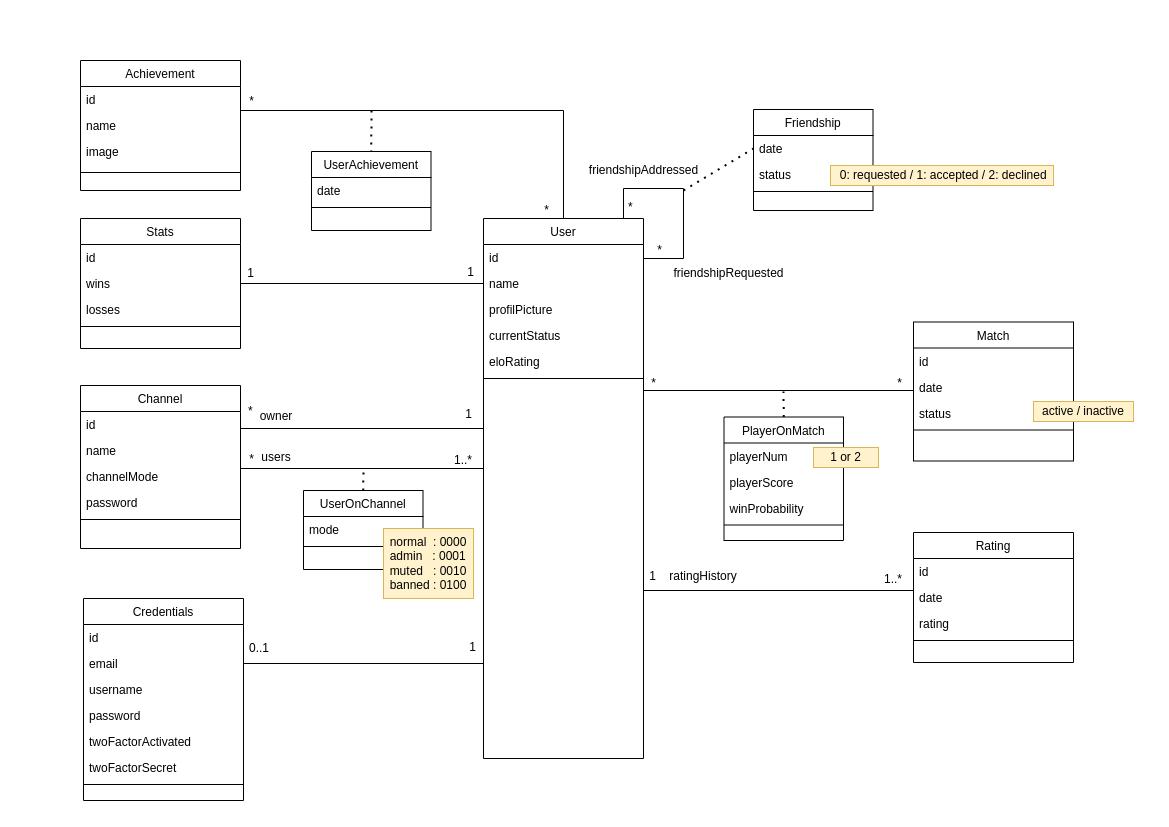
Before: doc/datamodel.png, a diagram exported from draw.io (transcendence-42/ft_transcendence). Source tidied: cells renumbered, new cells last; positions are measured from the earlier drawing's top-left corner, leaving out a move shared by most shapes.
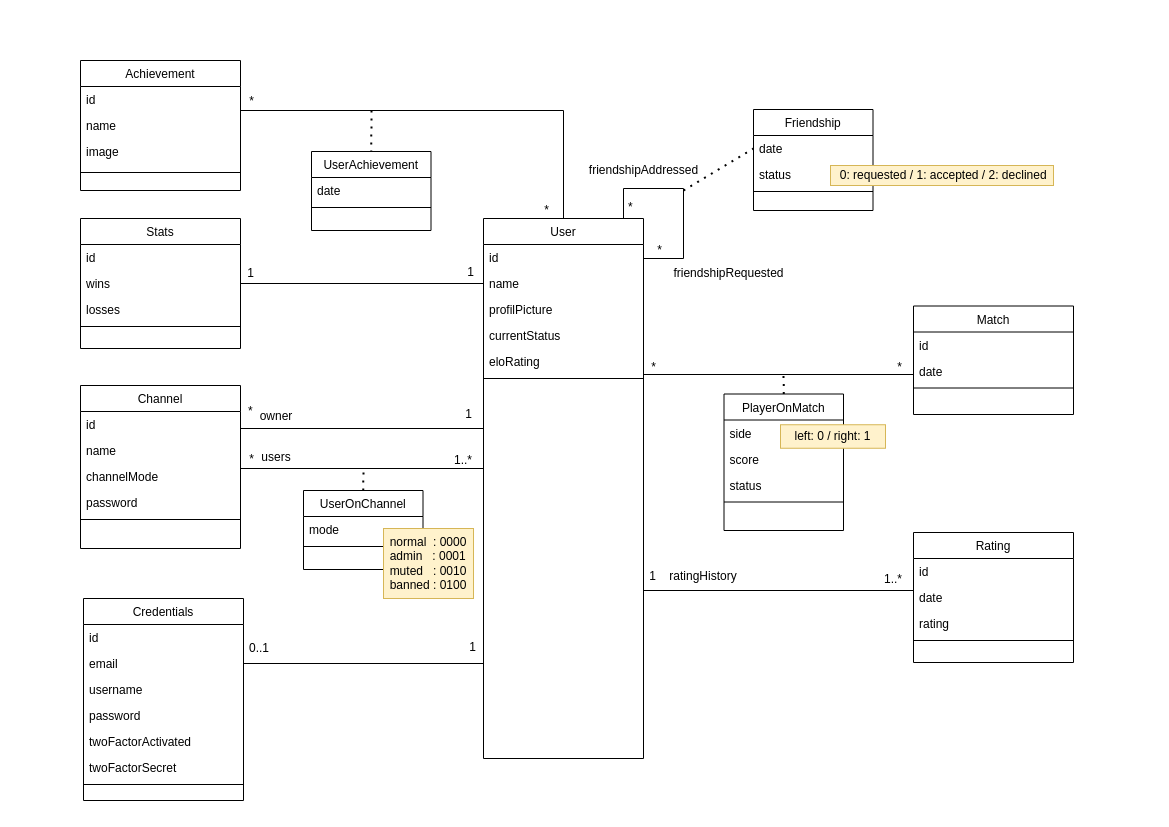
Above is the later version.

What changed in the source:
```diff
@@ -208,7 +208,7 @@
       </mxGeometry>
     </mxCell>
     <mxCell id="57" value="Match" style="swimlane;fontStyle=0;align=center;verticalAlign=top;horizontal=1;startSize=26;rounded=0;shadow=0;strokeWidth=1;" parent="1" vertex="1">
-      <mxGeometry x="833" y="261.5" width="160" height="139" as="geometry" />
+      <mxGeometry x="833" y="245.5" width="160" height="108.5" as="geometry" />
     </mxCell>
     <mxCell id="58" value="id" style="text;align=left;verticalAlign=top;spacingLeft=4;spacingRight=4;overflow=hidden;" parent="57" vertex="1">
       <mxGeometry y="26" width="160" height="26" as="geometry" />
@@ -216,48 +216,46 @@
     <mxCell id="59" value="date" style="text;align=left;verticalAlign=top;spacingLeft=4;spacingRight=4;overflow=hidden;" parent="57" vertex="1">
       <mxGeometry y="52" width="160" height="26" as="geometry" />
     </mxCell>
-    <mxCell id="60" value="status" style="text;align=left;verticalAlign=top;spacingLeft=4;spacingRight=4;overflow=hidden;" parent="57" vertex="1">
-      <mxGeometry y="78" width="160" height="26" as="geometry" />
-    </mxCell>
     <mxCell id="61" style="line;html=1;strokeWidth=1;align=left;verticalAlign=middle;spacingTop=-1;spacingLeft=3;spacingRight=3;labelPosition=right;" parent="57" vertex="1">
-      <mxGeometry y="104" width="160" height="8" as="geometry" />
+      <mxGeometry y="78" width="160" height="8" as="geometry" />
     </mxCell>
-    <mxCell id="62" style="endArrow=none;html=1;rounded=0;strokeColor=#000000;fillColor=#FF9999;entryX=0;entryY=0.5;entryDx=0;entryDy=0;edgeStyle=orthogonalEdgeStyle;exitX=1;exitY=0.5;exitDx=0;exitDy=0;" parent="1" edge="1" source="2">
+    <mxCell id="62" style="endArrow=none;html=1;rounded=0;strokeColor=#000000;fillColor=#FF9999;entryX=0;entryY=0.5;entryDx=0;entryDy=0;edgeStyle=orthogonalEdgeStyle;exitX=1;exitY=0.5;exitDx=0;exitDy=0;" parent="1" edge="1">
       <mxGeometry relative="1" as="geometry">
-        <mxPoint x="833" y="330" as="targetPoint" />
+        <mxPoint x="563" y="412" as="sourcePoint" />
+        <mxPoint x="833" y="314" as="targetPoint" />
         <Array as="points">
-          <mxPoint x="563" y="330" />
+          <mxPoint x="563" y="314" />
         </Array>
       </mxGeometry>
     </mxCell>
     <mxCell id="63" value="*" style="align=right;verticalAlign=bottom;labelBackgroundColor=none;fontSize=12;" parent="1" vertex="1">
-      <mxGeometry x="823" y="331" as="geometry" />
+      <mxGeometry x="823" y="315" as="geometry" />
     </mxCell>
     <mxCell id="64" value="*" style="align=right;verticalAlign=bottom;labelBackgroundColor=none;fontSize=12;" parent="1" vertex="1">
-      <mxGeometry x="577" y="331" as="geometry" />
+      <mxGeometry x="577" y="315" as="geometry" />
     </mxCell>
     <mxCell id="65" style="endArrow=none;dashed=1;html=1;dashPattern=1 3;strokeWidth=2;rounded=0;fillColor=#FF9999;exitX=0.5;exitY=0;exitDx=0;exitDy=0;" parent="1" edge="1" source="66">
       <mxGeometry relative="1" as="geometry">
-        <mxPoint x="703" y="331" as="targetPoint" />
+        <mxPoint x="703" y="310" as="targetPoint" />
       </mxGeometry>
     </mxCell>
     <mxCell id="66" value="PlayerOnMatch" style="swimlane;fontStyle=0;align=center;verticalAlign=top;horizontal=1;startSize=26;rounded=0;shadow=0;strokeWidth=1;" parent="1" vertex="1">
-      <mxGeometry x="643.5" y="356.5" width="119.5" height="123.5" as="geometry" />
+      <mxGeometry x="643.5" y="333.5" width="119.5" height="136.5" as="geometry" />
     </mxCell>
-    <mxCell id="67" value="playerNum" style="text;align=left;verticalAlign=top;spacingLeft=4;spacingRight=4;overflow=hidden;" parent="66" vertex="1">
+    <mxCell id="67" value="side" style="text;align=left;verticalAlign=top;spacingLeft=4;spacingRight=4;overflow=hidden;" parent="66" vertex="1">
       <mxGeometry y="26" width="119.5" height="26" as="geometry" />
     </mxCell>
-    <mxCell id="68" value="playerScore" style="text;align=left;verticalAlign=top;spacingLeft=4;spacingRight=4;overflow=hidden;rounded=0;shadow=0;html=0;" parent="66" vertex="1">
+    <mxCell id="68" value="score" style="text;align=left;verticalAlign=top;spacingLeft=4;spacingRight=4;overflow=hidden;rounded=0;shadow=0;html=0;" parent="66" vertex="1">
       <mxGeometry y="52" width="119.5" height="26" as="geometry" />
     </mxCell>
-    <mxCell id="69" value="winProbability" style="text;align=left;verticalAlign=top;spacingLeft=4;spacingRight=4;overflow=hidden;rounded=0;shadow=0;html=0;" parent="66" vertex="1">
+    <mxCell id="69" value="status" style="text;align=left;verticalAlign=top;spacingLeft=4;spacingRight=4;overflow=hidden;rounded=0;shadow=0;html=0;" parent="66" vertex="1">
       <mxGeometry y="78" width="119.5" height="26" as="geometry" />
     </mxCell>
     <mxCell id="70" style="line;html=1;strokeWidth=1;align=left;verticalAlign=middle;spacingTop=-1;spacingLeft=3;spacingRight=3;labelPosition=right;" parent="66" vertex="1">
       <mxGeometry y="104" width="119.5" height="8" as="geometry" />
     </mxCell>
-    <mxCell id="71" value="&lt;div style=&quot;text-align: left;&quot;&gt;&lt;span style=&quot;background-color: initial;&quot;&gt;1 or 2&lt;br&gt;&lt;/span&gt;&lt;/div&gt;" style="text;html=1;strokeColor=#d6b656;fillColor=#fff2cc;align=center;verticalAlign=middle;whiteSpace=wrap;rounded=0;" parent="1" vertex="1">
-      <mxGeometry x="733" y="387" width="65" height="20" as="geometry" />
+    <mxCell id="71" value="&lt;div style=&quot;text-align: left;&quot;&gt;&lt;span style=&quot;background-color: initial;&quot;&gt;left: 0 / right: 1&lt;/span&gt;&lt;/div&gt;" style="text;html=1;strokeColor=#d6b656;fillColor=#fff2cc;align=center;verticalAlign=middle;whiteSpace=wrap;rounded=0;" parent="1" vertex="1">
+      <mxGeometry x="700" y="364.2" width="105" height="23.5" as="geometry" />
     </mxCell>
     <mxCell id="72" value="UserOnChannel" style="swimlane;fontStyle=0;align=center;verticalAlign=top;horizontal=1;startSize=26;rounded=0;shadow=0;strokeWidth=1;" parent="1" vertex="1">
       <mxGeometry x="223" y="430" width="119.5" height="79" as="geometry" />
@@ -271,9 +269,6 @@
     <mxCell id="75" value="&lt;div style=&quot;text-align: left;&quot;&gt;&lt;span style=&quot;background-color: initial;&quot;&gt;normal&amp;nbsp; : 0000&lt;/span&gt;&lt;/div&gt;&lt;div style=&quot;text-align: left;&quot;&gt;&lt;span style=&quot;background-color: initial;&quot;&gt;admin&amp;nbsp; &amp;nbsp;: 0001&lt;/span&gt;&lt;/div&gt;&lt;div style=&quot;text-align: left;&quot;&gt;&lt;span style=&quot;background-color: initial;&quot;&gt;muted&amp;nbsp; &amp;nbsp;: 0010&lt;/span&gt;&lt;/div&gt;&lt;div style=&quot;text-align: left;&quot;&gt;&lt;span style=&quot;background-color: initial;&quot;&gt;banned : 0100&lt;/span&gt;&lt;/div&gt;" style="text;html=1;strokeColor=#d6b656;fillColor=#fff2cc;align=center;verticalAlign=middle;whiteSpace=wrap;rounded=0;" parent="1" vertex="1">
       <mxGeometry x="303" y="468" width="90" height="70" as="geometry" />
     </mxCell>
-    <mxCell id="76" value="&lt;div style=&quot;text-align: left;&quot;&gt;&lt;span style=&quot;background-color: initial;&quot;&gt;active / inactive&lt;br&gt;&lt;/span&gt;&lt;/div&gt;" style="text;html=1;strokeColor=#d6b656;fillColor=#fff2cc;align=center;verticalAlign=middle;whiteSpace=wrap;rounded=0;" parent="1" vertex="1">
-      <mxGeometry x="953" y="341" width="100" height="20" as="geometry" />
-    </mxCell>
     <mxCell id="77" value="Achievement" style="swimlane;fontStyle=0;align=center;verticalAlign=top;horizontal=1;startSize=26;rounded=0;shadow=0;strokeWidth=1;" parent="1" vertex="1">
       <mxGeometry width="160" height="130" as="geometry" />
     </mxCell>
```
